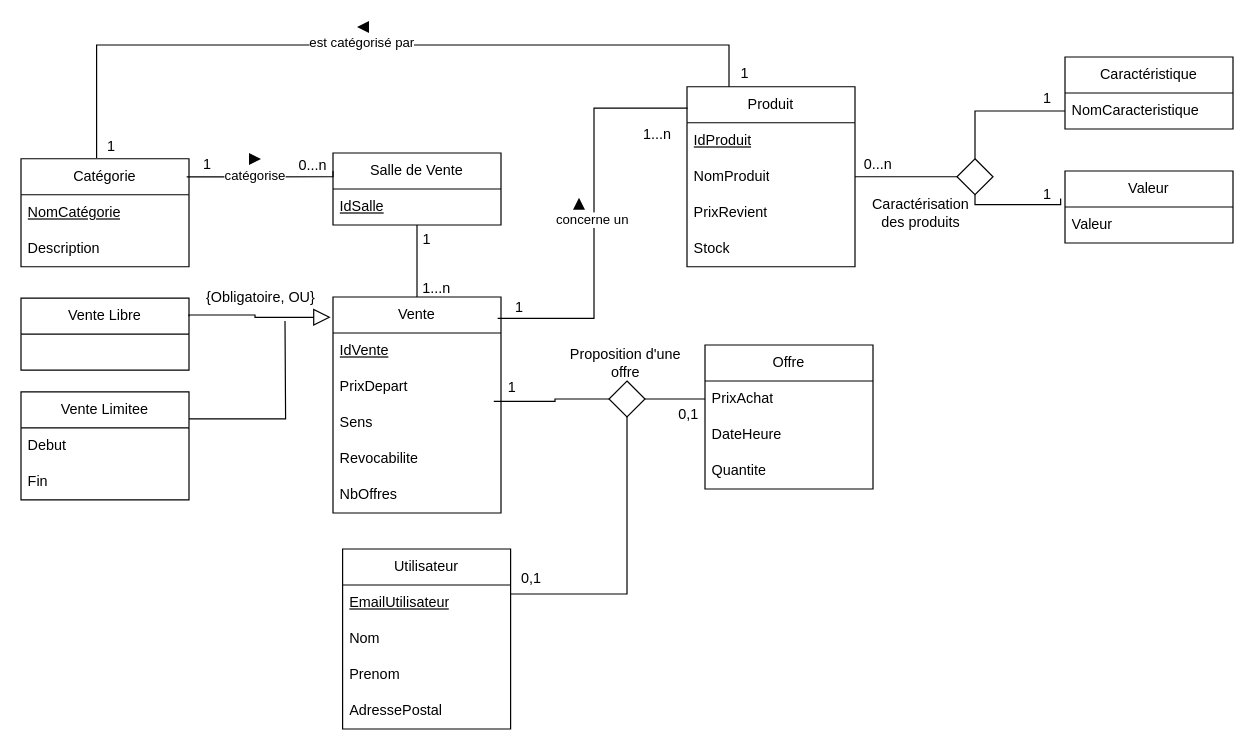
Above: diagramme.drawio in AbelPrudhommeLacroix/enchere (draw.io), before the change. Source tidied: cells renumbered, new cells numbered last; positions are measured from the earlier drawing's top-left corner, leaving out a move shared by most shapes. Both pictures are drawn from the tidied source at 120%, with x=0, y=0 at pixel (20, 20).
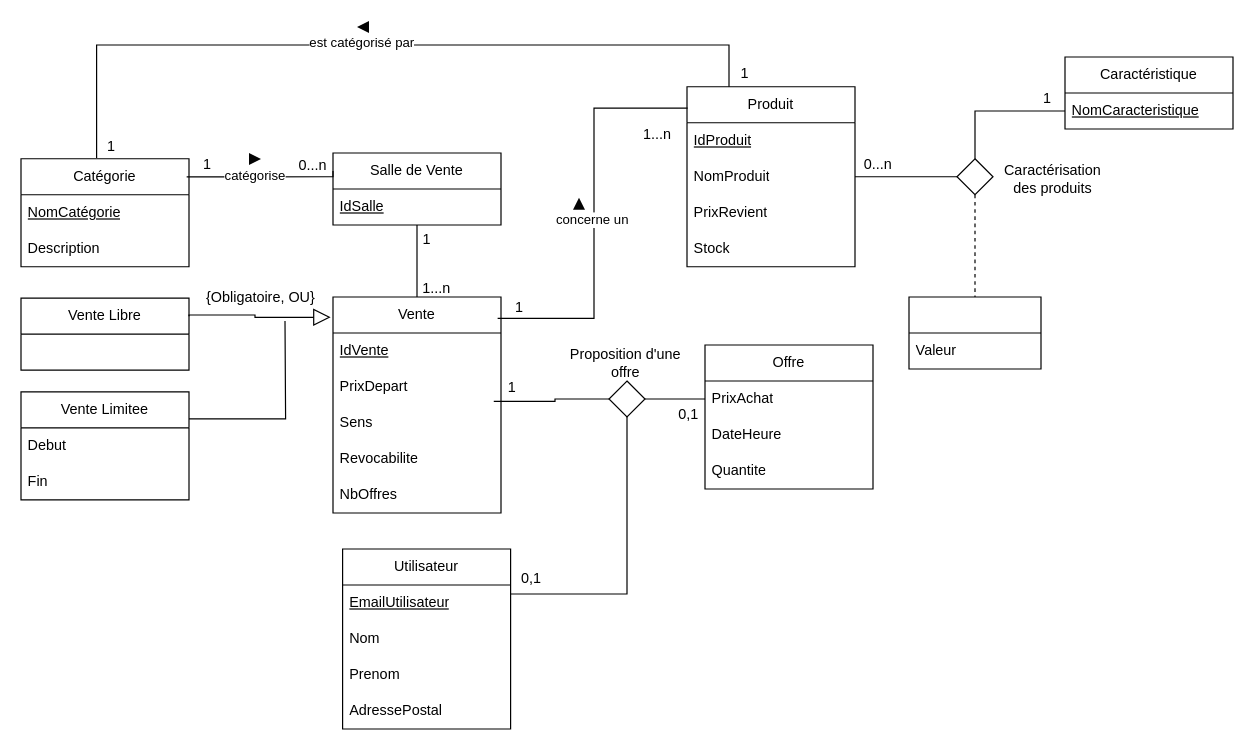
After the change.

Unchanged cells that the change refers to:
```xml
<mxCell id="28" value="&lt;div&gt;Caractéristique&lt;/div&gt;" style="swimlane;fontStyle=0;horizontal=1;startSize=30;whiteSpace=wrap;html=1;" parent="1" vertex="1">
  <mxGeometry x="870" y="30" width="140" height="60" as="geometry" />
</mxCell>
<mxCell id="53" style="rhombus;whiteSpace=wrap;html=1;" parent="1" vertex="1">
  <mxGeometry x="780" y="114.8" width="30" height="30" as="geometry" />
</mxCell>
```

Diff of the diagram source:
```diff
@@
-    <mxCell id="29" value="NomCaracteristique" style="text;strokeColor=none;fillColor=none;align=left;verticalAlign=middle;spacingLeft=4;spacingRight=4;overflow=hidden;points=[[0,0.5],[1,0.5]];portConstraint=eastwest;whiteSpace=wrap;html=1;" parent="28" vertex="1">
+    <mxCell id="29" value="&lt;u&gt;NomCaracteristique&lt;/u&gt;" style="text;strokeColor=none;fillColor=none;align=left;verticalAlign=middle;spacingLeft=4;spacingRight=4;overflow=hidden;points=[[0,0.5],[1,0.5]];portConstraint=eastwest;whiteSpace=wrap;html=1;" parent="28" vertex="1">
       <mxGeometry y="30" width="140" height="30" as="geometry" />
     </mxCell>
@@
-    <mxCell id="47" value="Valeur" style="swimlane;fontStyle=0;horizontal=1;startSize=30;whiteSpace=wrap;html=1;" parent="1" vertex="1">
-      <mxGeometry x="870" y="125" width="140" height="60" as="geometry" />
+    <mxCell id="47" style="swimlane;fontStyle=0;horizontal=1;startSize=30;whiteSpace=wrap;html=1;" parent="1" vertex="1">
+      <mxGeometry x="740" y="230" width="110" height="60" as="geometry" />
     </mxCell>
     <mxCell id="48" value="Valeur" style="text;strokeColor=none;fillColor=none;align=left;verticalAlign=middle;spacingLeft=4;spacingRight=4;overflow=hidden;whiteSpace=wrap;html=1;" parent="47" vertex="1">
-      <mxGeometry y="30" width="140" height="30" as="geometry" />
+      <mxGeometry y="30" width="110" height="30" as="geometry" />
     </mxCell>
@@
-    <mxCell id="56" style="edgeStyle=orthogonalEdgeStyle;rounded=0;jettySize=auto;html=1;exitX=0.5;exitY=1;exitDx=0;exitDy=0;entryX=-0.026;entryY=0.381;entryDx=0;entryDy=0;entryPerimeter=0;endArrow=none;endFill=0;" parent="1" edge="1" source="53" target="47">
+    <mxCell id="56" style="edgeStyle=orthogonalEdgeStyle;rounded=0;jettySize=auto;html=1;exitX=0.5;exitY=1;exitDx=0;exitDy=0;endArrow=none;endFill=0;dashed=1;entryX=0.5;entryY=0;entryDx=0;entryDy=0;" parent="1" edge="1" source="53" target="47">
       <mxGeometry relative="1" as="geometry">
         <Array as="points">
-          <mxPoint x="795" y="153" />
+          <mxPoint x="795" y="180" />
+          <mxPoint x="795" y="180" />
         </Array>
       </mxGeometry>
     </mxCell>
@@
     <mxCell id="62" value="Caractérisation des produits" style="text;html=1;align=center;verticalAlign=middle;whiteSpace=wrap;rounded=0;" parent="1" vertex="1">
-      <mxGeometry x="700" y="147.2" width="100" height="25" as="geometry" />
+      <mxGeometry x="810" y="119.5" width="100" height="25" as="geometry" />
     </mxCell>
@@
-    <mxCell id="69" value="1" style="text;html=1;align=center;verticalAlign=middle;strokeColor=none;fillColor=none;" parent="1" vertex="1">
-      <mxGeometry x="840" y="130" width="30" height="30" as="geometry" />
-    </mxCell>
```
